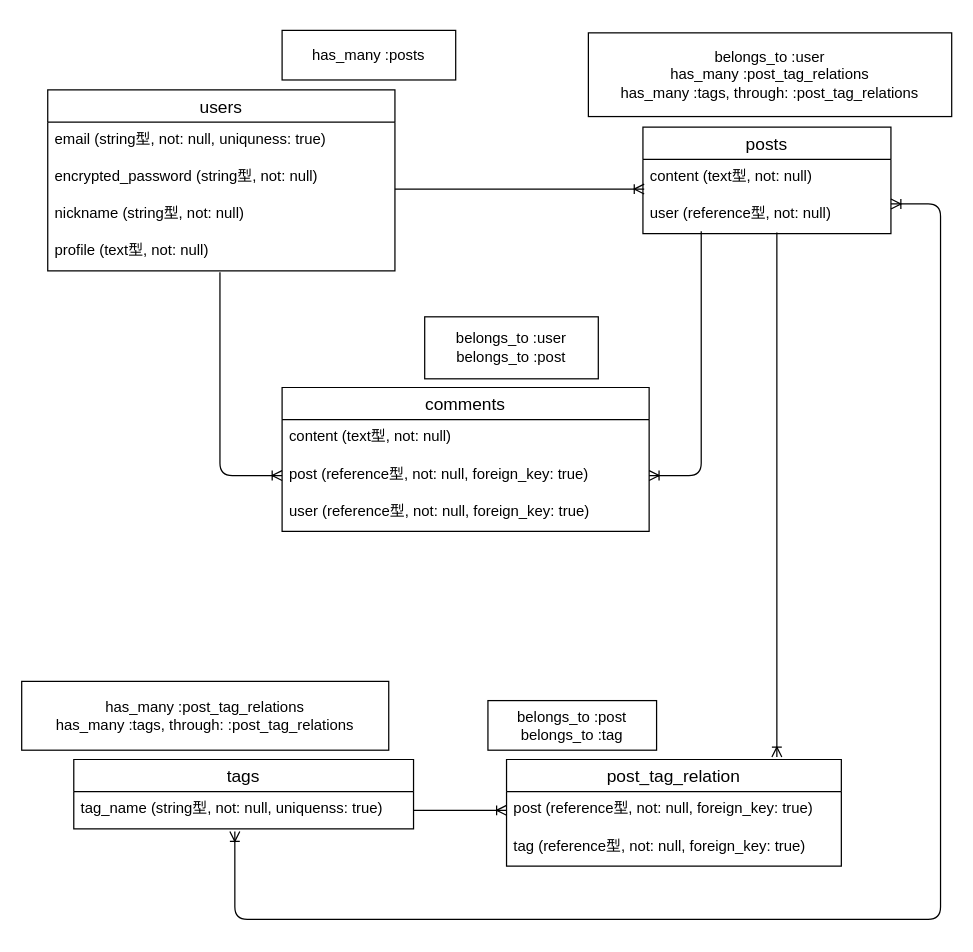
blue248/plant-photos keeps this draw.io diagram as ER.dio. Above is the earlier version. Source tidied: cells renumbered, new cells numbered last; positions are measured from the earlier drawing's top-left corner, leaving out a move shared by most shapes. Both pictures are drawn from the tidied source at 124%, with x=0, y=0 at pixel (21, 30).
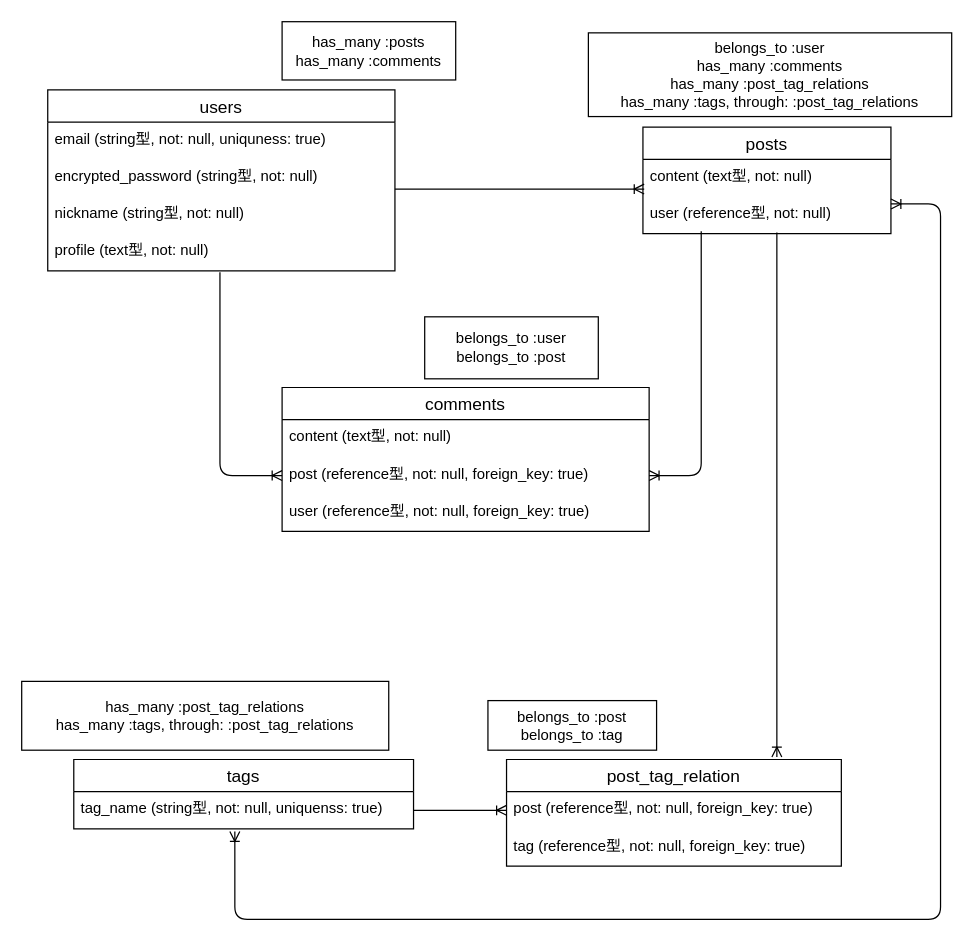
The same page after the edit.

Diff of the diagram source:
```diff
@@
-    <mxCell id="17" value="belongs_to :user&lt;br&gt;has_many :post_tag_relations&lt;br&gt;has_many :tags, through: :post_tag_relations" style="whiteSpace=wrap;html=1;align=center;" parent="1" vertex="1">
+    <mxCell id="17" value="belongs_to :user&lt;br&gt;has_many :comments&lt;br&gt;has_many :post_tag_relations&lt;br&gt;has_many :tags, through: :post_tag_relations" style="whiteSpace=wrap;html=1;align=center;" parent="1" vertex="1">
       <mxGeometry x="457" y="2" width="293" height="67.5" as="geometry" />
     </mxCell>
-    <mxCell id="18" value="has_many :posts" style="whiteSpace=wrap;html=1;align=center;" parent="1" vertex="1">
-      <mxGeometry x="210" width="140" height="40" as="geometry" />
+    <mxCell id="18" value="has_many :posts&lt;br&gt;has_many :comments" style="whiteSpace=wrap;html=1;align=center;" parent="1" vertex="1">
+      <mxGeometry x="210" y="-7" width="140" height="47" as="geometry" />
     </mxCell>
```
